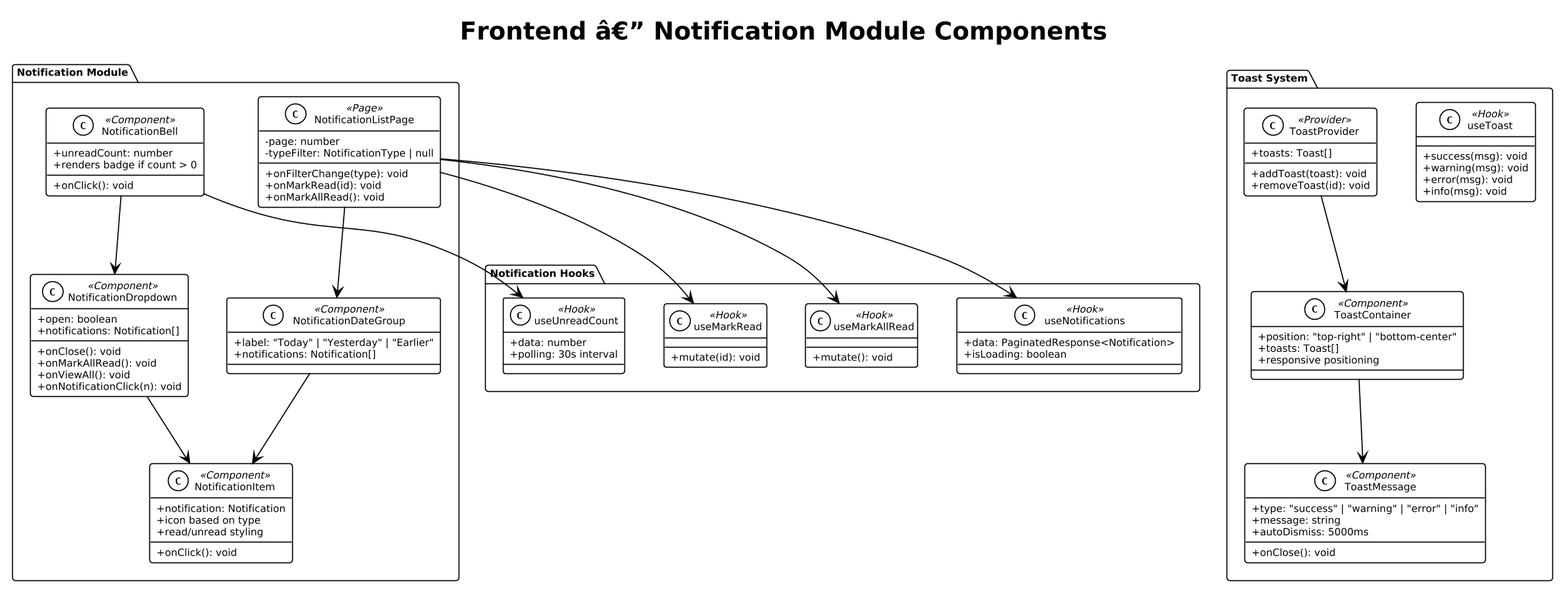
Above: docs/detailed-designs/diagrams/rendered/fe_class_notification.png in QuinntyneBrown/LendQ (PlantUML), before the change.
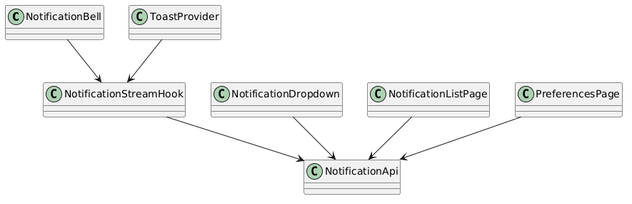
After the change.

Diff of the diagram source:
```diff
@@ -1,104 +1,17 @@
 @startuml
-!theme plain
-skinparam dpi 150
-skinparam defaultFontSize 9
 skinparam classAttributeIconSize 0
+class NotificationBell
+class NotificationDropdown
+class NotificationListPage
+class NotificationStreamHook
+class ToastProvider
+class PreferencesPage
+class NotificationApi
 
-title Frontend â€” Notification Module Components
-
-package "Notification Module" {
-  class NotificationBell <<Component>> {
-    +unreadCount: number
-    +onClick(): void
-    +renders badge if count > 0
-  }
-
-  class NotificationDropdown <<Component>> {
-    +open: boolean
-    +notifications: Notification[]
-    +onClose(): void
-    +onMarkAllRead(): void
-    +onViewAll(): void
-    +onNotificationClick(n): void
-  }
-
-  class NotificationListPage <<Page>> {
-    -page: number
-    -typeFilter: NotificationType | null
-    +onFilterChange(type): void
-    +onMarkRead(id): void
-    +onMarkAllRead(): void
-  }
-
-  class NotificationItem <<Component>> {
-    +notification: Notification
-    +onClick(): void
-    +icon based on type
-    +read/unread styling
-  }
-
-  class NotificationDateGroup <<Component>> {
-    +label: "Today" | "Yesterday" | "Earlier"
-    +notifications: Notification[]
-  }
-}
-
-package "Toast System" {
-  class ToastProvider <<Provider>> {
-    +toasts: Toast[]
-    +addToast(toast): void
-    +removeToast(id): void
-  }
-
-  class ToastContainer <<Component>> {
-    +position: "top-right" | "bottom-center"
-    +toasts: Toast[]
-    +responsive positioning
-  }
-
-  class ToastMessage <<Component>> {
-    +type: "success" | "warning" | "error" | "info"
-    +message: string
-    +autoDismiss: 5000ms
-    +onClose(): void
-  }
-
-  class useToast <<Hook>> {
-    +success(msg): void
-    +warning(msg): void
-    +error(msg): void
-    +info(msg): void
-  }
-}
-
-package "Notification Hooks" {
-  class useUnreadCount <<Hook>> {
-    +data: number
-    +polling: 30s interval
-  }
-
-  class useNotifications <<Hook>> {
-    +data: PaginatedResponse<Notification>
-    +isLoading: boolean
-  }
-
-  class useMarkRead <<Hook>> {
-    +mutate(id): void
-  }
-
-  class useMarkAllRead <<Hook>> {
-    +mutate(): void
-  }
-}
-
-NotificationBell --> useUnreadCount
-NotificationBell --> NotificationDropdown
-NotificationDropdown --> NotificationItem
-NotificationListPage --> NotificationDateGroup
-NotificationDateGroup --> NotificationItem
-NotificationListPage --> useNotifications
-NotificationListPage --> useMarkRead
-NotificationListPage --> useMarkAllRead
-ToastProvider --> ToastContainer
-ToastContainer --> ToastMessage
+NotificationBell --> NotificationStreamHook
+NotificationDropdown --> NotificationApi
+NotificationListPage --> NotificationApi
+NotificationStreamHook --> NotificationApi
+PreferencesPage --> NotificationApi
+ToastProvider --> NotificationStreamHook
 @enduml
```
